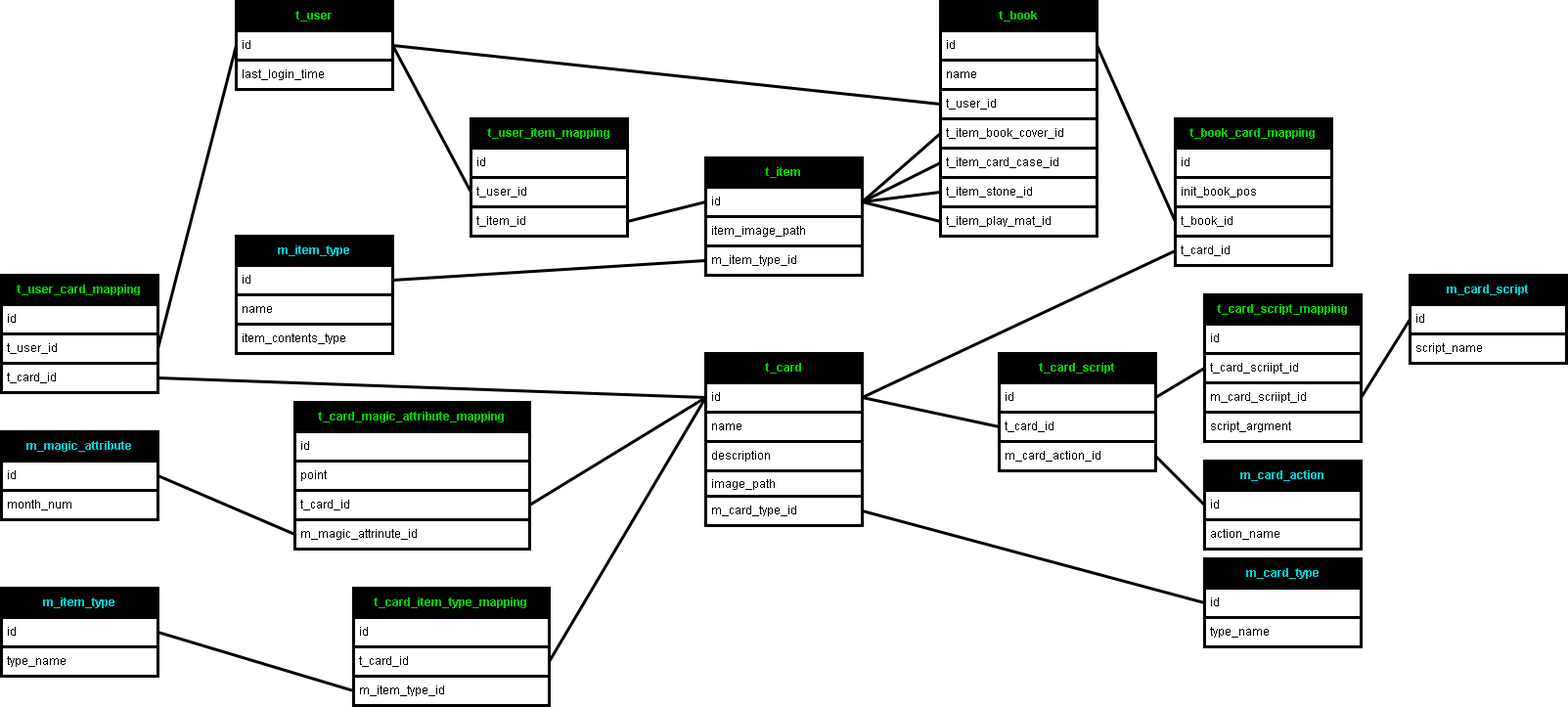
This is 要件/ER図.drawio.png from Chronoss0518/SpinnerOfTherNightSky, a draw.io export, as it was before one commit. Source tidied: cells renumbered, new cells last; positions are measured from the earlier drawing's top-left corner, leaving out a move shared by most shapes.
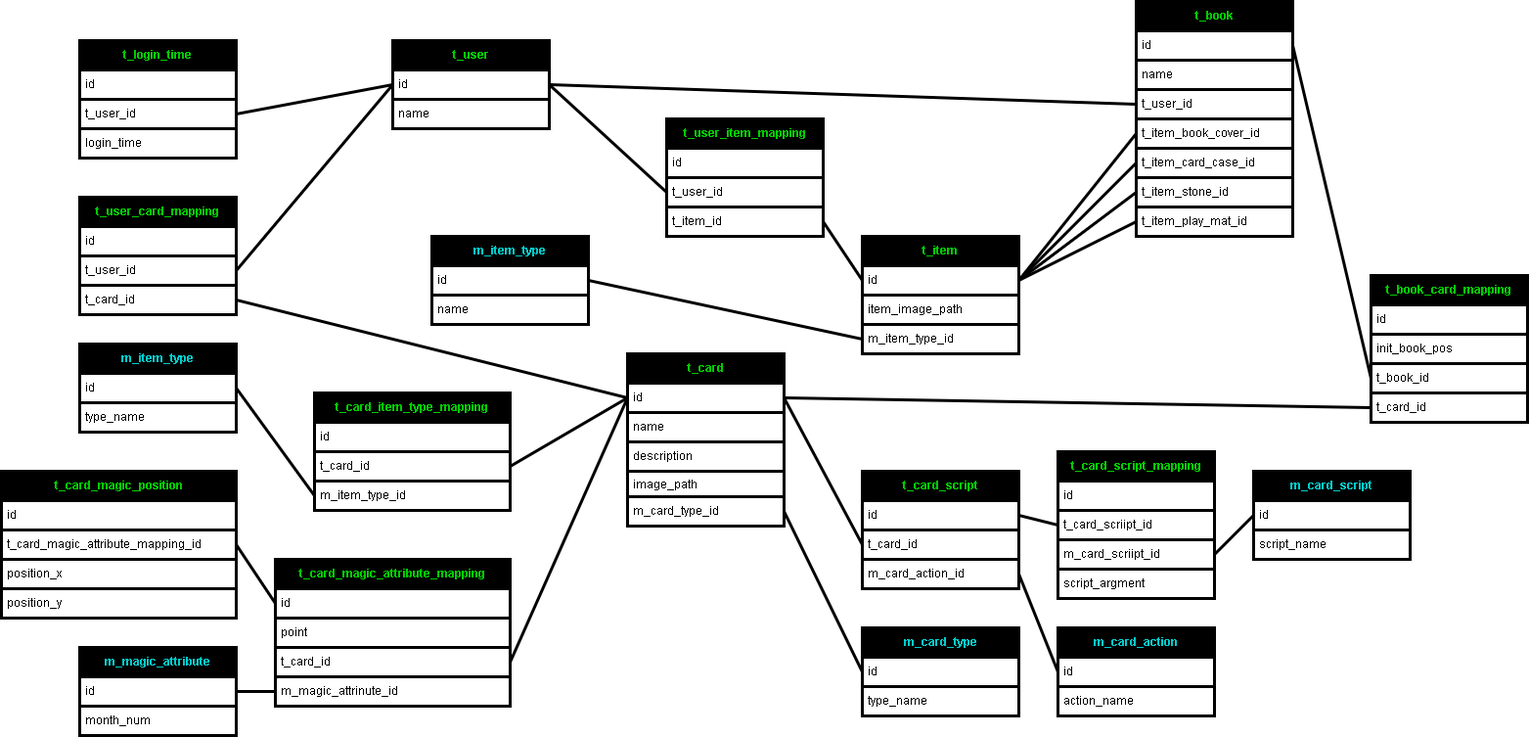
The same diagram one commit later.

Commit message:
術が取り除くテーブルの盤面の石の位置を保存するテーブルを追加

What changed in the source:
```diff
@@ -5,3 +5,3 @@
     <mxCell id="2" value="t_user" style="swimlane;fontStyle=1;horizontal=1;startSize=30;whiteSpace=wrap;html=1;labelBorderColor=none;strokeWidth=3;labelBackgroundColor=none;fillStyle=solid;swimlaneFillColor=none;arcSize=15;fontColor=#00CC00;strokeColor=default;fillColor=light-dark(#000000,#000000);gradientColor=none;glass=0;spacing=2;fontSize=12;" parent="1" vertex="1">
-      <mxGeometry x="240" width="160" height="90" as="geometry" />
+      <mxGeometry x="400" width="160" height="90" as="geometry" />
     </mxCell>
@@ -10,3 +10,3 @@
     </mxCell>
-    <mxCell id="4" value="last_login_time" style="text;strokeColor=default;fillColor=none;align=left;verticalAlign=middle;spacingLeft=4;spacingRight=4;overflow=hidden;whiteSpace=wrap;html=1;fontColor=default;labelBorderColor=none;strokeWidth=3;" parent="2" vertex="1">
+    <mxCell id="4" value="name" style="text;strokeColor=default;fillColor=none;align=left;verticalAlign=middle;spacingLeft=4;spacingRight=4;overflow=hidden;whiteSpace=wrap;html=1;fontColor=default;labelBorderColor=none;strokeWidth=3;" parent="2" vertex="1">
       <mxGeometry y="60" width="160" height="30" as="geometry" />
@@ -14,3 +14,3 @@
     <mxCell id="5" value="t_card" style="swimlane;fontStyle=1;horizontal=1;startSize=30;whiteSpace=wrap;html=1;labelBorderColor=none;strokeWidth=3;labelBackgroundColor=none;fillStyle=solid;swimlaneFillColor=none;arcSize=15;fontColor=#00CC00;strokeColor=default;fillColor=light-dark(#000000,#000000);gradientColor=none;glass=0;spacing=2;fontSize=12;" parent="1" vertex="1">
-      <mxGeometry x="720" y="360" width="160" height="176" as="geometry" />
+      <mxGeometry x="640" y="320" width="160" height="176" as="geometry" />
     </mxCell>
@@ -32,3 +32,3 @@
     <mxCell id="11" value="m_card_type" style="swimlane;fontStyle=1;horizontal=1;startSize=30;whiteSpace=wrap;html=1;labelBorderColor=none;strokeWidth=3;labelBackgroundColor=none;fillStyle=solid;swimlaneFillColor=none;arcSize=15;fontColor=#00CCCC;strokeColor=default;fillColor=light-dark(#000000,#000000);gradientColor=none;glass=0;spacing=2;" parent="1" vertex="1">
-      <mxGeometry x="1230" y="570" width="160" height="90" as="geometry" />
+      <mxGeometry x="880" y="600" width="160" height="90" as="geometry" />
     </mxCell>
@@ -44,3 +44,3 @@
     <mxCell id="15" value="t_book" style="swimlane;fontStyle=1;horizontal=1;startSize=30;whiteSpace=wrap;html=1;labelBorderColor=none;strokeWidth=3;labelBackgroundColor=none;fillStyle=solid;swimlaneFillColor=none;arcSize=15;fontColor=#00CC00;strokeColor=default;fillColor=light-dark(#000000,#000000);gradientColor=none;glass=0;spacing=2;fontSize=12;" parent="1" vertex="1">
-      <mxGeometry x="960" width="160" height="240" as="geometry" />
+      <mxGeometry x="1160" y="-40" width="160" height="240" as="geometry" />
     </mxCell>
@@ -68,3 +68,3 @@
     <mxCell id="23" value="t_card_script_mapping" style="swimlane;fontStyle=1;horizontal=1;startSize=30;whiteSpace=wrap;html=1;labelBorderColor=none;strokeWidth=3;labelBackgroundColor=none;fillStyle=solid;swimlaneFillColor=none;arcSize=15;fontColor=#00CC00;strokeColor=default;fillColor=light-dark(#000000,#000000);gradientColor=none;glass=0;spacing=2;fontSize=12;" parent="1" vertex="1">
-      <mxGeometry x="1230" y="300" width="160" height="150" as="geometry" />
+      <mxGeometry x="1080" y="420" width="160" height="150" as="geometry" />
     </mxCell>
@@ -86,3 +86,3 @@
     <mxCell id="29" value="m_card_script" style="swimlane;fontStyle=1;horizontal=1;startSize=30;whiteSpace=wrap;html=1;labelBorderColor=none;strokeWidth=3;labelBackgroundColor=none;fillStyle=solid;swimlaneFillColor=none;arcSize=15;fontColor=#00CCCC;strokeColor=default;fillColor=light-dark(#000000,#000000);gradientColor=none;glass=0;spacing=2;" parent="1" vertex="1">
-      <mxGeometry x="1440" y="280" width="160" height="90" as="geometry" />
+      <mxGeometry x="1280" y="440" width="160" height="90" as="geometry" />
     </mxCell>
@@ -101,3 +101,3 @@
     <mxCell id="34" value="t_book_card_mapping" style="swimlane;fontStyle=1;horizontal=1;startSize=30;whiteSpace=wrap;html=1;labelBorderColor=none;strokeWidth=3;labelBackgroundColor=none;fillStyle=solid;swimlaneFillColor=none;arcSize=15;fontColor=#00CC00;strokeColor=default;fillColor=light-dark(#000000,#000000);gradientColor=none;glass=0;spacing=2;fontSize=12;" parent="1" vertex="1">
-      <mxGeometry x="1200" y="120" width="160" height="150" as="geometry" />
+      <mxGeometry x="1400" y="240" width="160" height="150" as="geometry" />
     </mxCell>
@@ -122,3 +122,3 @@
     <mxCell id="41" value="t_user_card_mapping" style="swimlane;fontStyle=1;horizontal=1;startSize=30;whiteSpace=wrap;html=1;labelBorderColor=none;strokeWidth=3;labelBackgroundColor=none;fillStyle=solid;swimlaneFillColor=none;arcSize=15;fontColor=#00CC00;strokeColor=default;fillColor=light-dark(#000000,#000000);gradientColor=none;glass=0;spacing=2;fontSize=12;" parent="1" vertex="1">
-      <mxGeometry y="280" width="160" height="120" as="geometry" />
+      <mxGeometry x="80" y="160" width="160" height="120" as="geometry" />
     </mxCell>
@@ -140,3 +140,3 @@
     <mxCell id="47" value="t_item" style="swimlane;fontStyle=1;horizontal=1;startSize=30;whiteSpace=wrap;html=1;labelBorderColor=none;strokeWidth=3;labelBackgroundColor=none;fillStyle=solid;swimlaneFillColor=none;arcSize=15;fontColor=#00CC00;strokeColor=default;fillColor=light-dark(#000000,#000000);gradientColor=none;glass=0;spacing=2;fontSize=12;" parent="1" vertex="1">
-      <mxGeometry x="720" y="160" width="160" height="120" as="geometry" />
+      <mxGeometry x="880" y="200" width="160" height="120" as="geometry" />
     </mxCell>
@@ -164,3 +164,3 @@
     <mxCell id="55" value="m_item_type" style="swimlane;fontStyle=1;horizontal=1;startSize=30;whiteSpace=wrap;html=1;labelBorderColor=none;strokeWidth=3;labelBackgroundColor=none;fillStyle=solid;swimlaneFillColor=none;arcSize=15;fontColor=#00CCCC;strokeColor=default;fillColor=light-dark(#000000,#000000);gradientColor=none;glass=0;spacing=2;" parent="1" vertex="1">
-      <mxGeometry x="240" y="240" width="160" height="120" as="geometry" />
+      <mxGeometry x="440" y="200" width="160" height="90" as="geometry" />
     </mxCell>
@@ -172,5 +172,2 @@
     </mxCell>
-    <mxCell id="58" value="item_contents_type" style="text;strokeColor=default;fillColor=none;align=left;verticalAlign=middle;spacingLeft=4;spacingRight=4;overflow=hidden;whiteSpace=wrap;html=1;fontColor=default;labelBorderColor=none;strokeWidth=3;" parent="55" vertex="1">
-      <mxGeometry y="90" width="160" height="30" as="geometry" />
-    </mxCell>
     <mxCell id="59" style="edgeStyle=none;html=1;exitX=0;exitY=0.5;exitDx=0;exitDy=0;entryX=1;entryY=0.5;entryDx=0;entryDy=0;startArrow=none;startFill=0;endArrow=none;endFill=0;fontColor=#000000;labelBorderColor=none;strokeColor=default;strokeWidth=3;" parent="1" edge="1" source="50" target="56">
@@ -179,3 +176,3 @@
     <mxCell id="60" value="t_user_item_mapping" style="swimlane;fontStyle=1;horizontal=1;startSize=30;whiteSpace=wrap;html=1;labelBorderColor=none;strokeWidth=3;labelBackgroundColor=none;fillStyle=solid;swimlaneFillColor=none;arcSize=15;fontColor=#00CC00;strokeColor=default;fillColor=light-dark(#000000,#000000);gradientColor=none;glass=0;spacing=2;fontSize=12;" parent="1" vertex="1">
-      <mxGeometry x="480" y="120" width="160" height="120" as="geometry" />
+      <mxGeometry x="680" y="80" width="160" height="120" as="geometry" />
     </mxCell>
@@ -197,3 +194,3 @@
     <mxCell id="66" value="t_card_magic_attribute_mapping" style="swimlane;fontStyle=1;horizontal=1;startSize=30;whiteSpace=wrap;html=1;labelBorderColor=none;strokeWidth=3;labelBackgroundColor=none;fillStyle=solid;swimlaneFillColor=none;arcSize=15;fontColor=#00CC00;strokeColor=default;fillColor=light-dark(#000000,#000000);gradientColor=none;glass=0;spacing=2;fontSize=12;" parent="1" vertex="1">
-      <mxGeometry x="300" y="410" width="240" height="150" as="geometry" />
+      <mxGeometry x="280" y="530" width="240" height="150" as="geometry" />
     </mxCell>
@@ -212,3 +209,3 @@
     <mxCell id="71" value="m_magic_attribute" style="swimlane;fontStyle=1;horizontal=1;startSize=30;whiteSpace=wrap;html=1;labelBorderColor=none;strokeWidth=3;labelBackgroundColor=none;fillStyle=solid;swimlaneFillColor=none;arcSize=15;fontColor=#00CCCC;strokeColor=default;fillColor=light-dark(#000000,#000000);gradientColor=none;glass=0;spacing=2;" parent="1" vertex="1">
-      <mxGeometry y="440" width="160" height="90" as="geometry" />
+      <mxGeometry x="80" y="620" width="160" height="90" as="geometry" />
     </mxCell>
@@ -227,3 +224,3 @@
     <mxCell id="76" value="t_card_item_type_mapping" style="swimlane;fontStyle=1;horizontal=1;startSize=30;whiteSpace=wrap;html=1;labelBorderColor=none;strokeWidth=3;labelBackgroundColor=none;fillStyle=solid;swimlaneFillColor=none;arcSize=15;fontColor=#00CC00;strokeColor=default;fillColor=light-dark(#000000,#000000);gradientColor=none;glass=0;spacing=2;fontSize=12;" parent="1" vertex="1">
-      <mxGeometry x="360" y="600" width="200" height="120" as="geometry" />
+      <mxGeometry x="320" y="360" width="200" height="120" as="geometry" />
     </mxCell>
@@ -239,3 +236,3 @@
     <mxCell id="80" value="m_item_type" style="swimlane;fontStyle=1;horizontal=1;startSize=30;whiteSpace=wrap;html=1;labelBorderColor=none;strokeWidth=3;labelBackgroundColor=none;fillStyle=solid;swimlaneFillColor=none;arcSize=15;fontColor=#00CCCC;strokeColor=default;fillColor=light-dark(#000000,#000000);gradientColor=none;glass=0;spacing=2;" parent="1" vertex="1">
-      <mxGeometry y="600" width="160" height="90" as="geometry" />
+      <mxGeometry x="80" y="310" width="160" height="90" as="geometry" />
     </mxCell>
@@ -257,3 +254,3 @@
     <mxCell id="86" value="m_card_action" style="swimlane;fontStyle=1;horizontal=1;startSize=30;whiteSpace=wrap;html=1;labelBorderColor=none;strokeWidth=3;labelBackgroundColor=none;fillStyle=solid;swimlaneFillColor=none;arcSize=15;fontColor=#00CCCC;strokeColor=default;fillColor=light-dark(#000000,#000000);gradientColor=none;glass=0;spacing=2;" parent="1" vertex="1">
-      <mxGeometry x="1230" y="470" width="160" height="90" as="geometry" />
+      <mxGeometry x="1080" y="600" width="160" height="90" as="geometry" />
     </mxCell>
@@ -266,3 +263,3 @@
     <mxCell id="89" value="t_card_script" style="swimlane;fontStyle=1;horizontal=1;startSize=30;whiteSpace=wrap;html=1;labelBorderColor=none;strokeWidth=3;labelBackgroundColor=none;fillStyle=solid;swimlaneFillColor=none;arcSize=15;fontColor=#00CC00;strokeColor=default;fillColor=light-dark(#000000,#000000);gradientColor=none;glass=0;spacing=2;fontSize=12;" parent="1" vertex="1">
-      <mxGeometry x="1020" y="360" width="160" height="120" as="geometry" />
+      <mxGeometry x="880" y="440" width="160" height="120" as="geometry" />
     </mxCell>
@@ -280,2 +277,35 @@
     </mxCell>
+    <mxCell id="94" value="t_login_time" style="swimlane;fontStyle=1;horizontal=1;startSize=30;whiteSpace=wrap;html=1;labelBorderColor=none;strokeWidth=3;labelBackgroundColor=none;fillStyle=solid;swimlaneFillColor=none;arcSize=15;fontColor=#00CC00;strokeColor=default;fillColor=light-dark(#000000,#000000);gradientColor=none;glass=0;spacing=2;fontSize=12;" parent="1" vertex="1">
+      <mxGeometry x="80" width="160" height="120" as="geometry" />
+    </mxCell>
+    <mxCell id="95" value="id" style="text;strokeColor=default;fillColor=none;align=left;verticalAlign=middle;spacingLeft=4;spacingRight=4;overflow=hidden;whiteSpace=wrap;html=1;fontColor=default;labelBorderColor=none;strokeWidth=3;" parent="94" vertex="1">
+      <mxGeometry y="30" width="160" height="30" as="geometry" />
+    </mxCell>
+    <mxCell id="96" value="t_user_id" style="text;strokeColor=default;fillColor=none;align=left;verticalAlign=middle;spacingLeft=4;spacingRight=4;overflow=hidden;points=[[0,0.5],[1,0.5]];portConstraint=eastwest;whiteSpace=wrap;html=1;fontColor=default;labelBorderColor=none;strokeWidth=3;" parent="94" vertex="1">
+      <mxGeometry y="60" width="160" height="30" as="geometry" />
+    </mxCell>
+    <mxCell id="97" value="login_time" style="text;strokeColor=default;fillColor=none;align=left;verticalAlign=middle;spacingLeft=4;spacingRight=4;overflow=hidden;whiteSpace=wrap;html=1;fontColor=default;labelBorderColor=none;strokeWidth=3;" parent="94" vertex="1">
+      <mxGeometry y="90" width="160" height="30" as="geometry" />
+    </mxCell>
+    <mxCell id="98" style="edgeStyle=none;html=1;exitX=0;exitY=0.5;exitDx=0;exitDy=0;entryX=1;entryY=0.5;entryDx=0;entryDy=0;startArrow=none;startFill=0;endArrow=none;endFill=0;fontColor=#000000;labelBorderColor=none;strokeColor=default;strokeWidth=3;" parent="1" edge="1" source="3" target="96">
+      <mxGeometry relative="1" as="geometry" />
+    </mxCell>
+    <mxCell id="99" value="t_card_magic_position" style="swimlane;fontStyle=1;horizontal=1;startSize=30;whiteSpace=wrap;html=1;labelBorderColor=none;strokeWidth=3;labelBackgroundColor=none;fillStyle=solid;swimlaneFillColor=none;arcSize=15;fontColor=#00CC00;strokeColor=default;fillColor=light-dark(#000000,#000000);gradientColor=none;glass=0;spacing=2;fontSize=12;" parent="1" vertex="1">
+      <mxGeometry y="440" width="240" height="150" as="geometry" />
+    </mxCell>
+    <mxCell id="100" value="id" style="text;strokeColor=default;fillColor=none;align=left;verticalAlign=middle;spacingLeft=4;spacingRight=4;overflow=hidden;whiteSpace=wrap;html=1;fontColor=default;labelBorderColor=none;strokeWidth=3;" parent="99" vertex="1">
+      <mxGeometry y="30" width="240" height="30" as="geometry" />
+    </mxCell>
+    <mxCell id="101" value="t_card_magic_attribute_mapping_id" style="text;strokeColor=default;fillColor=none;align=left;verticalAlign=middle;spacingLeft=4;spacingRight=4;overflow=hidden;points=[[0,0.5],[1,0.5]];portConstraint=eastwest;whiteSpace=wrap;html=1;fontColor=default;labelBorderColor=none;strokeWidth=3;" parent="99" vertex="1">
+      <mxGeometry y="60" width="240" height="30" as="geometry" />
+    </mxCell>
+    <mxCell id="102" value="position_x" style="text;strokeColor=default;fillColor=none;align=left;verticalAlign=middle;spacingLeft=4;spacingRight=4;overflow=hidden;whiteSpace=wrap;html=1;fontColor=default;labelBorderColor=none;strokeWidth=3;" parent="99" vertex="1">
+      <mxGeometry y="90" width="240" height="30" as="geometry" />
+    </mxCell>
+    <mxCell id="103" value="position_y" style="text;strokeColor=default;fillColor=none;align=left;verticalAlign=middle;spacingLeft=4;spacingRight=4;overflow=hidden;whiteSpace=wrap;html=1;fontColor=default;labelBorderColor=none;strokeWidth=3;" parent="99" vertex="1">
+      <mxGeometry y="120" width="240" height="30" as="geometry" />
+    </mxCell>
+    <mxCell id="104" style="edgeStyle=none;html=1;entryX=0;entryY=0.5;entryDx=0;entryDy=0;strokeColor=default;strokeWidth=3;endArrow=none;endFill=0;exitX=1;exitY=0.5;exitDx=0;exitDy=0;" parent="1" edge="1" source="101" target="67">
+      <mxGeometry relative="1" as="geometry" />
+    </mxCell>
   </root>
```
